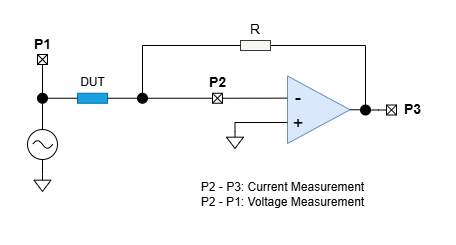
Earlier version of the draw.io export images/auto_balancing_bridge.png (microchip-pic-avr-examples/pic18f56q71-rlc-meter-mplab-mcc). Source tidied: cells renumbered, new cells last; positions are measured from the earlier drawing's top-left corner, leaving out a move shared by most shapes.
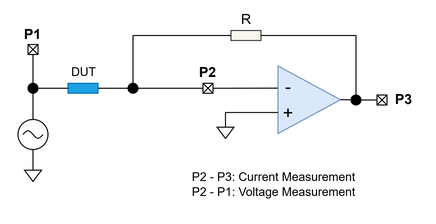
Above is the later version.

What changed in the source:
```diff
@@ -2,88 +2,88 @@
   <root>
     <mxCell id="0" />
     <mxCell id="1" parent="0" />
-    <mxCell id="2" style="rounded=0;whiteSpace=wrap;html=1;fillColor=#1ba1e2;strokeColor=#006EAF;fontColor=#ffffff;" parent="1" vertex="1">
-      <mxGeometry x="57" y="72.8" width="30" height="10" as="geometry" />
-    </mxCell>
-    <mxCell id="3" style="group;" parent="1" vertex="1">
-      <mxGeometry x="17" y="34" width="10" height="10" as="geometry" />
-    </mxCell>
-    <mxCell id="4" style="rounded=0;whiteSpace=wrap;html=1;" parent="3" vertex="1">
-      <mxGeometry width="10" height="10" as="geometry" />
-    </mxCell>
-    <mxCell id="5" style="endArrow=none;html=1;rounded=0;exitX=0;exitY=0;exitDx=0;exitDy=0;entryX=1;entryY=1;entryDx=0;entryDy=0;" parent="3" edge="1" source="4" target="4">
-      <mxGeometry relative="1" as="geometry" />
-    </mxCell>
-    <mxCell id="6" style="endArrow=none;html=1;rounded=0;entryX=1;entryY=0;entryDx=0;entryDy=0;exitX=0;exitY=1;exitDx=0;exitDy=0;" parent="3" edge="1" source="4" target="4">
-      <mxGeometry relative="1" as="geometry" />
-    </mxCell>
-    <mxCell id="7" style="ellipse;whiteSpace=wrap;html=1;fillColor=#000000;" parent="1" vertex="1">
-      <mxGeometry x="17" y="72.8" width="10" height="10" as="geometry" />
-    </mxCell>
-    <mxCell id="8" style="edgeStyle=orthogonalEdgeStyle;rounded=0;jettySize=auto;html=1;entryX=0.5;entryY=0;entryDx=0;entryDy=0;endArrow=none;endFill=0;" parent="1" edge="1" source="4" target="7">
-      <mxGeometry relative="1" as="geometry" />
-    </mxCell>
-    <mxCell id="9" style="group;" parent="1" vertex="1">
-      <mxGeometry x="192" y="72.8" width="10" height="10" as="geometry" />
-    </mxCell>
-    <mxCell id="10" style="rounded=0;whiteSpace=wrap;html=1;" parent="9" vertex="1">
-      <mxGeometry width="10" height="10" as="geometry" />
-    </mxCell>
-    <mxCell id="11" style="endArrow=none;html=1;rounded=0;exitX=0;exitY=0;exitDx=0;exitDy=0;entryX=1;entryY=1;entryDx=0;entryDy=0;" parent="9" edge="1" source="10" target="10">
-      <mxGeometry relative="1" as="geometry" />
-    </mxCell>
-    <mxCell id="12" style="endArrow=none;html=1;rounded=0;entryX=1;entryY=0;entryDx=0;entryDy=0;exitX=0;exitY=1;exitDx=0;exitDy=0;" parent="9" edge="1" source="10" target="10">
-      <mxGeometry relative="1" as="geometry" />
-    </mxCell>
-    <mxCell id="13" style="edgeStyle=orthogonalEdgeStyle;rounded=0;jettySize=auto;html=1;exitX=0;exitY=0.5;exitDx=0;exitDy=0;entryX=1;entryY=0.5;entryDx=0;entryDy=0;endArrow=none;endFill=0;" parent="1" edge="1" source="27" target="2">
-      <mxGeometry relative="1" as="geometry" />
-    </mxCell>
-    <mxCell id="14" style="group;" parent="1" vertex="1">
-      <mxGeometry x="366" y="84.5" width="10" height="10" as="geometry" />
-    </mxCell>
-    <mxCell id="15" style="rounded=0;whiteSpace=wrap;html=1;" parent="14" vertex="1">
-      <mxGeometry width="10" height="10" as="geometry" />
-    </mxCell>
-    <mxCell id="16" style="endArrow=none;html=1;rounded=0;exitX=0;exitY=0;exitDx=0;exitDy=0;entryX=1;entryY=1;entryDx=0;entryDy=0;" parent="14" edge="1" source="15" target="15">
-      <mxGeometry relative="1" as="geometry" />
-    </mxCell>
-    <mxCell id="17" style="endArrow=none;html=1;rounded=0;entryX=1;entryY=0;entryDx=0;entryDy=0;exitX=0;exitY=1;exitDx=0;exitDy=0;" parent="14" edge="1" source="15" target="15">
-      <mxGeometry relative="1" as="geometry" />
-    </mxCell>
-    <mxCell id="18" style="group;flipH=0;flipV=1;" parent="1" vertex="1">
-      <mxGeometry x="246" y="55.5" width="83.5" height="67.5" as="geometry" />
-    </mxCell>
+    <mxCell id="46" style="rounded=0;whiteSpace=wrap;html=1;fillColor=#1ba1e2;strokeColor=#006EAF;fontColor=#ffffff;" parent="1" vertex="1">
+      <mxGeometry x="57" y="72.8" width="30" height="10" as="geometry" />
+    </mxCell>
+    <mxCell id="47" style="group;" parent="1" vertex="1">
+      <mxGeometry x="17" y="34" width="10" height="10" as="geometry" />
+    </mxCell>
+    <mxCell id="48" style="rounded=0;whiteSpace=wrap;html=1;" parent="47" vertex="1">
+      <mxGeometry width="10" height="10" as="geometry" />
+    </mxCell>
+    <mxCell id="49" style="endArrow=none;html=1;rounded=0;exitX=0;exitY=0;exitDx=0;exitDy=0;entryX=1;entryY=1;entryDx=0;entryDy=0;" parent="47" edge="1" source="48" target="48">
+      <mxGeometry relative="1" as="geometry" />
+    </mxCell>
+    <mxCell id="50" style="endArrow=none;html=1;rounded=0;entryX=1;entryY=0;entryDx=0;entryDy=0;exitX=0;exitY=1;exitDx=0;exitDy=0;" parent="47" edge="1" source="48" target="48">
+      <mxGeometry relative="1" as="geometry" />
+    </mxCell>
+    <mxCell id="51" style="ellipse;whiteSpace=wrap;html=1;fillColor=#000000;" parent="1" vertex="1">
+      <mxGeometry x="17" y="72.8" width="10" height="10" as="geometry" />
+    </mxCell>
+    <mxCell id="52" style="edgeStyle=orthogonalEdgeStyle;rounded=0;jettySize=auto;html=1;entryX=0.5;entryY=0;entryDx=0;entryDy=0;endArrow=none;endFill=0;" parent="1" edge="1" source="48" target="51">
+      <mxGeometry relative="1" as="geometry" />
+    </mxCell>
+    <mxCell id="53" style="group;" parent="1" vertex="1">
+      <mxGeometry x="192" y="72.8" width="10" height="10" as="geometry" />
+    </mxCell>
+    <mxCell id="54" style="rounded=0;whiteSpace=wrap;html=1;" parent="53" vertex="1">
+      <mxGeometry width="10" height="10" as="geometry" />
+    </mxCell>
+    <mxCell id="55" style="endArrow=none;html=1;rounded=0;exitX=0;exitY=0;exitDx=0;exitDy=0;entryX=1;entryY=1;entryDx=0;entryDy=0;" parent="53" edge="1" source="54" target="54">
+      <mxGeometry relative="1" as="geometry" />
+    </mxCell>
+    <mxCell id="56" style="endArrow=none;html=1;rounded=0;entryX=1;entryY=0;entryDx=0;entryDy=0;exitX=0;exitY=1;exitDx=0;exitDy=0;" parent="53" edge="1" source="54" target="54">
+      <mxGeometry relative="1" as="geometry" />
+    </mxCell>
+    <mxCell id="57" style="edgeStyle=orthogonalEdgeStyle;rounded=0;jettySize=auto;html=1;exitX=0;exitY=0.5;exitDx=0;exitDy=0;entryX=1;entryY=0.5;entryDx=0;entryDy=0;endArrow=none;endFill=0;" parent="1" edge="1" source="68" target="46">
+      <mxGeometry relative="1" as="geometry" />
+    </mxCell>
+    <mxCell id="58" style="group;" parent="1" vertex="1">
+      <mxGeometry x="366" y="84.5" width="10" height="10" as="geometry" />
+    </mxCell>
+    <mxCell id="59" style="rounded=0;whiteSpace=wrap;html=1;" parent="58" vertex="1">
+      <mxGeometry width="10" height="10" as="geometry" />
+    </mxCell>
+    <mxCell id="60" style="endArrow=none;html=1;rounded=0;exitX=0;exitY=0;exitDx=0;exitDy=0;entryX=1;entryY=1;entryDx=0;entryDy=0;" parent="58" edge="1" source="59" target="59">
+      <mxGeometry relative="1" as="geometry" />
+    </mxCell>
+    <mxCell id="61" style="endArrow=none;html=1;rounded=0;entryX=1;entryY=0;entryDx=0;entryDy=0;exitX=0;exitY=1;exitDx=0;exitDy=0;" parent="58" edge="1" source="59" target="59">
+      <mxGeometry relative="1" as="geometry" />
+    </mxCell>
+    <mxCell id="62" style="group;flipH=0;flipV=1;" parent="1" vertex="1">
+      <mxGeometry x="246" y="55.5" width="83.5" height="67.5" as="geometry" />
+    </mxCell>
-    <mxCell id="19" style="triangle;whiteSpace=wrap;html=1;fillColor=#dae8fc;strokeColor=#6c8ebf;" parent="18" vertex="1">
+    <mxCell id="19" style="triangle;whiteSpace=wrap;html=1;fillColor=#dae8fc;strokeColor=#6c8ebf;" parent="62" vertex="1">
       <mxGeometry x="21" width="62.5" height="67.5" as="geometry" />
     </mxCell>
-    <mxCell id="20" value="&lt;font style=&quot;font-size: 18px;&quot;&gt;+&lt;/font&gt;" style="text;html=1;strokeColor=none;fillColor=none;align=center;verticalAlign=middle;whiteSpace=wrap;rounded=0;" parent="18" vertex="1">
+    <mxCell id="20" value="&lt;font style=&quot;font-size: 18px;&quot;&gt;+&lt;/font&gt;" style="text;html=1;strokeColor=none;fillColor=none;align=center;verticalAlign=middle;whiteSpace=wrap;rounded=0;" parent="62" vertex="1">
       <mxGeometry x="22.5" y="37.5" width="17.5" height="20" as="geometry" />
     </mxCell>
-    <mxCell id="21" value="&lt;font style=&quot;font-size: 18px;&quot;&gt;-&lt;/font&gt;" style="text;html=1;strokeColor=none;fillColor=none;align=center;verticalAlign=middle;whiteSpace=wrap;rounded=0;" parent="18" vertex="1">
+    <mxCell id="21" value="&lt;font style=&quot;font-size: 18px;&quot;&gt;-&lt;/font&gt;" style="text;html=1;strokeColor=none;fillColor=none;align=center;verticalAlign=middle;whiteSpace=wrap;rounded=0;" parent="62" vertex="1">
       <mxGeometry x="22.5" y="11.2" width="17.5" height="20" as="geometry" />
     </mxCell>
-    <mxCell id="22" style="edgeStyle=orthogonalEdgeStyle;rounded=0;jettySize=auto;html=1;exitX=1;exitY=0.5;exitDx=0;exitDy=0;entryX=0;entryY=0.5;entryDx=0;entryDy=0;endArrow=none;endFill=0;" parent="1" edge="1" source="44" target="15">
-      <mxGeometry relative="1" as="geometry">
-        <Array as="points">
-          <mxPoint x="358" y="89.5" />
-        </Array>
-      </mxGeometry>
-    </mxCell>
-    <mxCell id="23" style="edgeStyle=orthogonalEdgeStyle;rounded=0;jettySize=auto;html=1;entryX=0.5;entryY=0;entryDx=0;entryDy=0;endArrow=none;endFill=0;" parent="1" edge="1" source="24" target="44">
-      <mxGeometry relative="1" as="geometry" />
-    </mxCell>
-    <mxCell id="24" style="rounded=0;whiteSpace=wrap;html=1;fillColor=#f9f7ed;strokeColor=#36393d;" parent="1" vertex="1">
-      <mxGeometry x="220" y="20" width="30" height="10" as="geometry" />
-    </mxCell>
-    <mxCell id="25" style="edgeStyle=orthogonalEdgeStyle;rounded=0;jettySize=auto;html=1;exitX=0;exitY=0.5;exitDx=0;exitDy=0;entryX=1;entryY=0.5;entryDx=0;entryDy=0;endArrow=none;endFill=0;" parent="1" edge="1" source="10" target="27">
-      <mxGeometry relative="1" as="geometry" />
-    </mxCell>
-    <mxCell id="26" style="edgeStyle=orthogonalEdgeStyle;rounded=0;jettySize=auto;html=1;exitX=0.5;exitY=0;exitDx=0;exitDy=0;entryX=0;entryY=0.5;entryDx=0;entryDy=0;endArrow=none;endFill=0;" parent="1" edge="1" source="27" target="24">
-      <mxGeometry relative="1" as="geometry" />
-    </mxCell>
-    <mxCell id="27" style="ellipse;whiteSpace=wrap;html=1;fillColor=#000000;" parent="1" vertex="1">
-      <mxGeometry x="117" y="72.8" width="10" height="10" as="geometry" />
-    </mxCell>
+    <mxCell id="63" style="edgeStyle=orthogonalEdgeStyle;rounded=0;jettySize=auto;html=1;exitX=1;exitY=0.5;exitDx=0;exitDy=0;entryX=0;entryY=0.5;entryDx=0;entryDy=0;endArrow=none;endFill=0;" parent="1" edge="1" source="78" target="59">
+      <mxGeometry relative="1" as="geometry">
+        <Array as="points">
+          <mxPoint x="358" y="89.5" />
+        </Array>
+      </mxGeometry>
+    </mxCell>
+    <mxCell id="64" style="edgeStyle=orthogonalEdgeStyle;rounded=0;jettySize=auto;html=1;entryX=0.5;entryY=0;entryDx=0;entryDy=0;endArrow=none;endFill=0;" parent="1" edge="1" source="65" target="78">
+      <mxGeometry relative="1" as="geometry" />
+    </mxCell>
+    <mxCell id="65" style="rounded=0;whiteSpace=wrap;html=1;fillColor=#f9f7ed;strokeColor=#36393d;" parent="1" vertex="1">
+      <mxGeometry x="220" y="20" width="30" height="10" as="geometry" />
+    </mxCell>
+    <mxCell id="66" style="edgeStyle=orthogonalEdgeStyle;rounded=0;jettySize=auto;html=1;exitX=0;exitY=0.5;exitDx=0;exitDy=0;entryX=1;entryY=0.5;entryDx=0;entryDy=0;endArrow=none;endFill=0;" parent="1" edge="1" source="54" target="68">
+      <mxGeometry relative="1" as="geometry" />
+    </mxCell>
+    <mxCell id="67" style="edgeStyle=orthogonalEdgeStyle;rounded=0;jettySize=auto;html=1;exitX=0.5;exitY=0;exitDx=0;exitDy=0;entryX=0;entryY=0.5;entryDx=0;entryDy=0;endArrow=none;endFill=0;" parent="1" edge="1" source="68" target="65">
+      <mxGeometry relative="1" as="geometry" />
+    </mxCell>
+    <mxCell id="68" style="ellipse;whiteSpace=wrap;html=1;fillColor=#000000;" parent="1" vertex="1">
+      <mxGeometry x="117" y="72.8" width="10" height="10" as="geometry" />
+    </mxCell>
     <mxCell id="28" value="&lt;b&gt;&lt;font style=&quot;font-size: 14px;&quot;&gt;P1&lt;/font&gt;&lt;/b&gt;" style="text;html=1;align=center;verticalAlign=middle;whiteSpace=wrap;rounded=0;" parent="1" vertex="1">
       <mxGeometry x="-0.5" y="9" width="45" height="30" as="geometry" />
     </mxCell>
@@ -99,50 +99,50 @@
     <mxCell id="32" value="DUT" style="text;html=1;align=center;verticalAlign=middle;strokeColor=none;fillColor=none;" parent="1" vertex="1">
       <mxGeometry x="47" y="46.5" width="50" height="30" as="geometry" />
     </mxCell>
-    <mxCell id="33" style="group;" parent="1" vertex="1">
-      <mxGeometry x="7" y="109" width="30" height="30" as="geometry" />
-    </mxCell>
+    <mxCell id="69" style="group;" parent="1" vertex="1">
+      <mxGeometry x="7" y="109" width="30" height="30" as="geometry" />
+    </mxCell>
-    <mxCell id="34" style="ellipse;whiteSpace=wrap;html=1;" parent="33" vertex="1">
+    <mxCell id="34" style="ellipse;whiteSpace=wrap;html=1;" parent="69" vertex="1">
       <mxGeometry width="30" height="30" as="geometry" />
     </mxCell>
-    <mxCell id="35" style="verticalLabelPosition=bottom;shadow=0;dashed=0;align=center;html=1;verticalAlign=top;shape=mxgraph.electrical.waveforms.sine_wave;" parent="33" vertex="1">
+    <mxCell id="35" style="verticalLabelPosition=bottom;shadow=0;dashed=0;align=center;html=1;verticalAlign=top;shape=mxgraph.electrical.waveforms.sine_wave;" parent="69" vertex="1">
       <mxGeometry x="5" y="10" width="20" height="10" as="geometry" />
     </mxCell>
-    <mxCell id="36" style="endArrow=none;html=1;rounded=0;entryX=0.5;entryY=1;entryDx=0;entryDy=0;" parent="1" edge="1" target="7">
-      <mxGeometry relative="1" as="geometry">
-        <mxPoint x="22" y="109" as="sourcePoint" />
-      </mxGeometry>
-    </mxCell>
-    <mxCell id="37" style="endArrow=none;html=1;rounded=0;entryX=0;entryY=0.5;entryDx=0;entryDy=0;exitX=1;exitY=0.5;exitDx=0;exitDy=0;" parent="1" edge="1" source="7" target="2">
-      <mxGeometry relative="1" as="geometry" />
-    </mxCell>
-    <mxCell id="38" style="verticalLabelPosition=bottom;shadow=0;dashed=0;align=center;html=1;verticalAlign=top;shape=mxgraph.electrical.signal_sources.signal_ground;" parent="1" vertex="1">
-      <mxGeometry x="13.5" y="154" width="17" height="17" as="geometry" />
-    </mxCell>
-    <mxCell id="39" style="endArrow=none;html=1;rounded=0;exitX=0.5;exitY=0;exitDx=0;exitDy=0;exitPerimeter=0;entryX=0.5;entryY=1;entryDx=0;entryDy=0;" parent="1" edge="1" source="38" target="34">
-      <mxGeometry relative="1" as="geometry" />
-    </mxCell>
-    <mxCell id="40" style="verticalLabelPosition=bottom;shadow=0;dashed=0;align=center;html=1;verticalAlign=top;shape=mxgraph.electrical.signal_sources.signal_ground;" parent="1" vertex="1">
-      <mxGeometry x="206" y="111" width="17" height="17" as="geometry" />
-    </mxCell>
-    <mxCell id="41" style="edgeStyle=orthogonalEdgeStyle;rounded=0;jettySize=auto;html=1;endArrow=none;endFill=0;exitX=0.5;exitY=0;exitDx=0;exitDy=0;exitPerimeter=0;" parent="1" edge="1" source="40">
-      <mxGeometry relative="1" as="geometry">
-        <mxPoint x="267" y="102" as="targetPoint" />
-        <Array as="points">
-          <mxPoint x="214" y="102" />
-          <mxPoint x="267" y="102" />
-        </Array>
-      </mxGeometry>
-    </mxCell>
-    <mxCell id="42" style="endArrow=none;html=1;rounded=0;exitX=1;exitY=0.5;exitDx=0;exitDy=0;entryX=-0.004;entryY=0.328;entryDx=0;entryDy=0;entryPerimeter=0;" parent="1" edge="1" source="10" target="19">
-      <mxGeometry relative="1" as="geometry" />
-    </mxCell>
-    <mxCell id="43" style="edgeStyle=orthogonalEdgeStyle;rounded=0;jettySize=auto;html=1;exitX=1;exitY=0.5;exitDx=0;exitDy=0;entryX=0;entryY=0.5;entryDx=0;entryDy=0;endArrow=none;endFill=0;" parent="1" edge="1" source="19" target="44">
-      <mxGeometry relative="1" as="geometry" />
-    </mxCell>
-    <mxCell id="44" style="ellipse;whiteSpace=wrap;html=1;fillColor=#000000;" parent="1" vertex="1">
-      <mxGeometry x="340" y="84.5" width="10" height="10" as="geometry" />
-    </mxCell>
+    <mxCell id="70" style="endArrow=none;html=1;rounded=0;entryX=0.5;entryY=1;entryDx=0;entryDy=0;" parent="1" edge="1" target="51">
+      <mxGeometry relative="1" as="geometry">
+        <mxPoint x="22" y="109" as="sourcePoint" />
+      </mxGeometry>
+    </mxCell>
+    <mxCell id="71" style="endArrow=none;html=1;rounded=0;entryX=0;entryY=0.5;entryDx=0;entryDy=0;exitX=1;exitY=0.5;exitDx=0;exitDy=0;" parent="1" edge="1" source="51" target="46">
+      <mxGeometry relative="1" as="geometry" />
+    </mxCell>
+    <mxCell id="72" style="verticalLabelPosition=bottom;shadow=0;dashed=0;align=center;html=1;verticalAlign=top;shape=mxgraph.electrical.signal_sources.signal_ground;" parent="1" vertex="1">
+      <mxGeometry x="13.5" y="154" width="17" height="17" as="geometry" />
+    </mxCell>
+    <mxCell id="73" style="endArrow=none;html=1;rounded=0;exitX=0.5;exitY=0;exitDx=0;exitDy=0;exitPerimeter=0;entryX=0.5;entryY=1;entryDx=0;entryDy=0;" parent="1" edge="1" source="72" target="34">
+      <mxGeometry relative="1" as="geometry" />
+    </mxCell>
+    <mxCell id="74" style="verticalLabelPosition=bottom;shadow=0;dashed=0;align=center;html=1;verticalAlign=top;shape=mxgraph.electrical.signal_sources.signal_ground;" parent="1" vertex="1">
+      <mxGeometry x="206" y="111" width="17" height="17" as="geometry" />
+    </mxCell>
+    <mxCell id="75" style="edgeStyle=orthogonalEdgeStyle;rounded=0;jettySize=auto;html=1;endArrow=none;endFill=0;exitX=0.5;exitY=0;exitDx=0;exitDy=0;exitPerimeter=0;" parent="1" edge="1" source="74">
+      <mxGeometry relative="1" as="geometry">
+        <mxPoint x="267" y="102" as="targetPoint" />
+        <Array as="points">
+          <mxPoint x="214" y="102" />
+          <mxPoint x="267" y="102" />
+        </Array>
+      </mxGeometry>
+    </mxCell>
+    <mxCell id="76" style="endArrow=none;html=1;rounded=0;exitX=1;exitY=0.5;exitDx=0;exitDy=0;entryX=-0.004;entryY=0.328;entryDx=0;entryDy=0;entryPerimeter=0;" parent="1" edge="1" source="54" target="19">
+      <mxGeometry relative="1" as="geometry" />
+    </mxCell>
+    <mxCell id="77" style="edgeStyle=orthogonalEdgeStyle;rounded=0;jettySize=auto;html=1;exitX=1;exitY=0.5;exitDx=0;exitDy=0;entryX=0;entryY=0.5;entryDx=0;entryDy=0;endArrow=none;endFill=0;" parent="1" edge="1" source="19" target="78">
+      <mxGeometry relative="1" as="geometry" />
+    </mxCell>
+    <mxCell id="78" style="ellipse;whiteSpace=wrap;html=1;fillColor=#000000;" parent="1" vertex="1">
+      <mxGeometry x="340" y="84.5" width="10" height="10" as="geometry" />
+    </mxCell>
     <mxCell id="45" value="P2 - P3: Current Measurement&lt;div&gt;P2 - P1: Voltage Measurement&lt;/div&gt;" style="text;html=1;align=center;verticalAlign=middle;whiteSpace=wrap;rounded=0;" parent="1" vertex="1">
       <mxGeometry x="162" y="144" width="201" height="60" as="geometry" />
     </mxCell>
```
